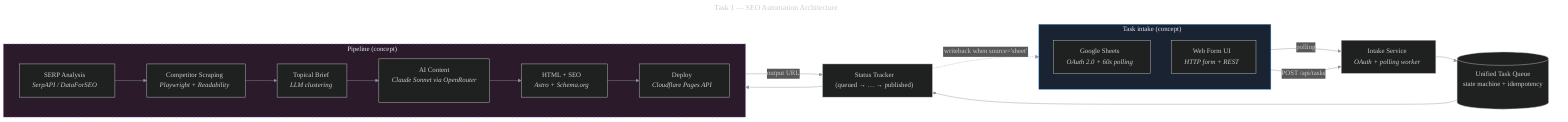
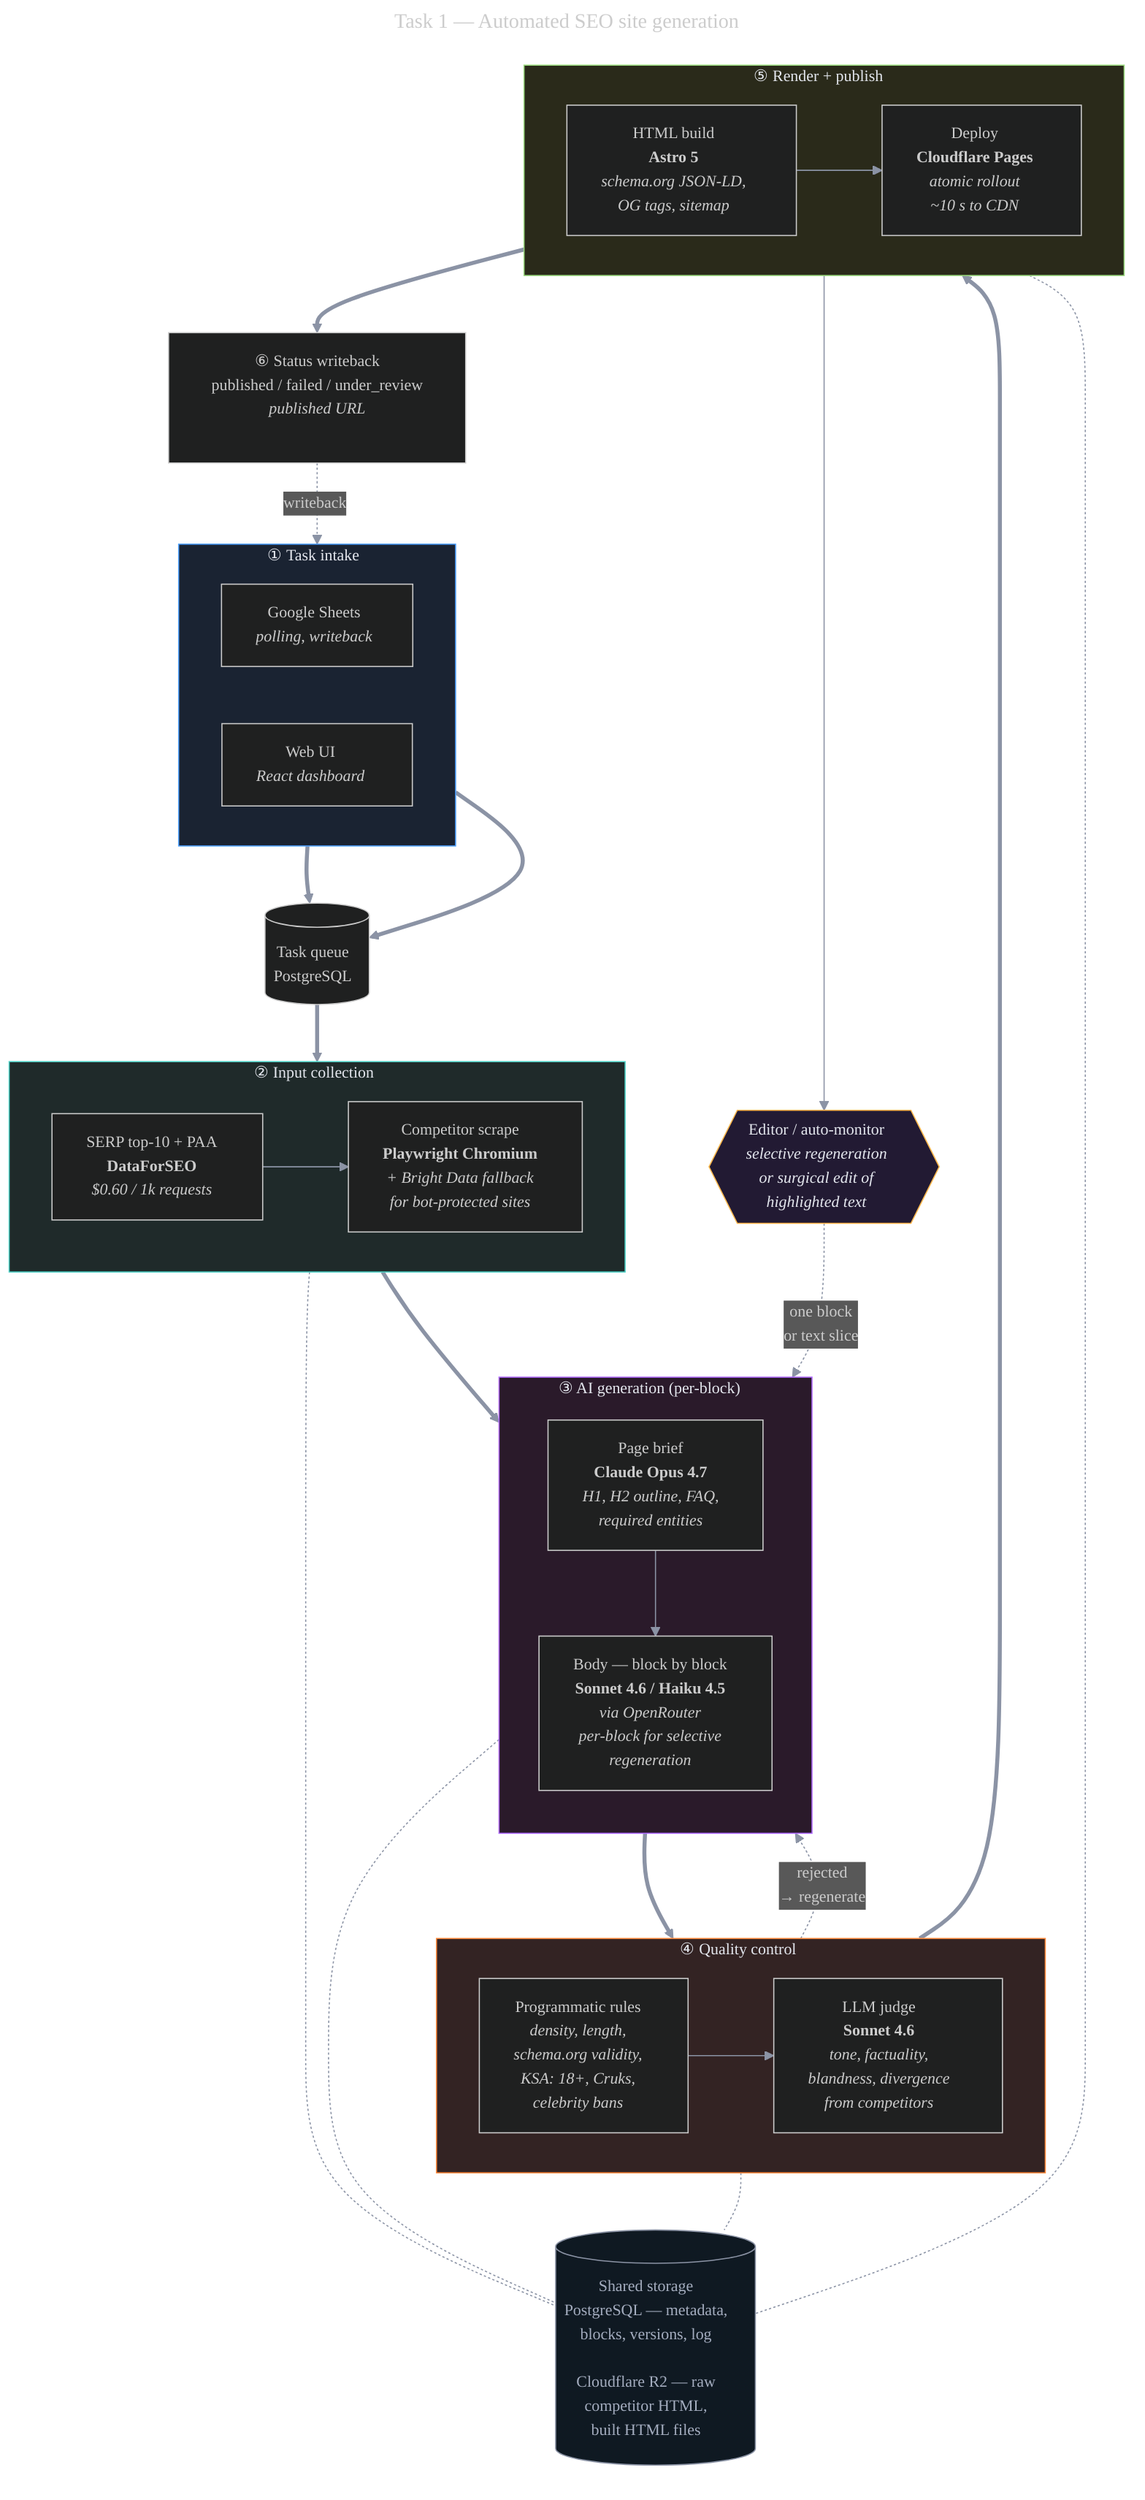
---
- title: Task 1 — SEO Automation Architecture
+ title: Task 1 — Automated SEO site generation
config:
  theme: dark
  themeVariables:
    primaryColor: '#1a2332'
    primaryTextColor: '#e4e7ee'
    primaryBorderColor: '#4ea1ff'
    lineColor: '#8b93a5'
    secondaryColor: '#2a1a2a'
    tertiaryColor: '#181b22'
    background: '#0f1115'
    fontFamily: 'Inter, -apple-system, sans-serif'
+     fontSize: '14px'
---
- flowchart LR
-     subgraph SOURCES["Task intake (concept)"]
-       direction TB
-       S1["Google Sheets<br/><i>OAuth 2.0 + 60s polling</i>"]
-       S2["Web Form UI<br/><i>HTTP form + REST</i>"]
+ flowchart TB
+     %% ───── Intake ─────
+     subgraph IN["① Task intake"]
+       direction LR
+       S1["Google Sheets<br/><i>polling, writeback</i>"]
+       S2["Web UI<br/><i>React dashboard</i>"]
    end

-     I["Intake Service<br/><i>OAuth + polling worker</i>"]
-     Q[("Unified Task Queue<br/>state machine + idempotency")]
-     SIM["Status Tracker<br/>(queued → … → published)"]
+     Q[("Task queue<br/>PostgreSQL")]

-     subgraph PIPE["Pipeline (concept)"]
+     %% ───── Data gathering ─────
+     subgraph GATHER["② Input collection"]
      direction LR
-       P1["SERP Analysis<br/><i>SerpAPI / DataForSEO</i>"]
-       P2["Competitor Scraping<br/><i>Playwright + Readability</i>"]
-       P3["Topical Brief<br/><i>LLM clustering</i>"]
-       P4["AI Content<br/><i>Claude Sonnet via OpenRouter</i>"]
-       P5["HTML + SEO<br/><i>Astro + Schema.org</i>"]
-       P6["Deploy<br/><i>Cloudflare Pages API</i>"]
-       P1 --> P2 --> P3 --> P4 --> P5 --> P6
+       SERP["SERP top-10 + PAA<br/><b>DataForSEO</b><br/><i>$0.60 / 1k requests</i>"]
+       SCR["Competitor scrape<br/><b>Playwright Chromium</b><br/><i>+ Bright Data fallback</i><br/><i>for bot-protected sites</i>"]
+       SERP --> SCR
    end

-     S1 -->|"polling"| I
-     S2 -->|"POST /api/tasks"| I
-     I --> Q
-     Q --> SIM
-     SIM -.->|"writeback when source='sheet'"| S1
-     SIM ---> PIPE
-     PIPE -->|"output URL"| SIM
+     %% ───── AI generation ─────
+     subgraph GEN["③ AI generation (per-block)"]
+       direction TB
+       BRIEF["Page brief<br/><b>Claude Opus 4.7</b><br/><i>H1, H2 outline, FAQ,</i><br/><i>required entities</i>"]
+       BLOCKS["Body — block by block<br/><b>Sonnet 4.6 / Haiku 4.5</b><br/><i>via OpenRouter</i><br/><i>per-block for selective</i><br/><i>regeneration</i>"]
+       BRIEF --> BLOCKS
+     end

-     style SOURCES fill:#1a2332,stroke:#4ea1ff,color:#e4e7ee
-     style PIPE fill:#2a1a2a,stroke:#b06bff,color:#e4e7ee,stroke-dasharray: 5 5
+     %% ───── Quality control ─────
+     subgraph QC["④ Quality control"]
+       direction LR
+       RULES["Programmatic rules<br/><i>density, length,</i><br/><i>schema.org validity,</i><br/><i>KSA: 18+, Cruks,</i><br/><i>celebrity bans</i>"]
+       JUDGE["LLM judge<br/><b>Sonnet 4.6</b><br/><i>tone, factuality,</i><br/><i>blandness, divergence</i><br/><i>from competitors</i>"]
+       RULES --> JUDGE
+     end
+ 
+     %% ───── Render + publish ─────
+     subgraph PUB["⑤ Render + publish"]
+       direction LR
+       ASTRO["HTML build<br/><b>Astro 5</b><br/><i>schema.org JSON-LD,</i><br/><i>OG tags, sitemap</i>"]
+       CF["Deploy<br/><b>Cloudflare Pages</b><br/><i>atomic rollout</i><br/><i>~10 s to CDN</i>"]
+       ASTRO --> CF
+     end
+ 
+     STATUS["⑥ Status writeback<br/>published / failed / under_review<br/><i>published URL</i>"]
+ 
+     %% ───── Storage (background) ─────
+     STORE[("Shared storage<br/>PostgreSQL — metadata,<br/>blocks, versions, log<br/><br/>Cloudflare R2 — raw<br/>competitor HTML,<br/>built HTML files")]
+ 
+     %% ───── Editorial loop ─────
+     EDITOR{{"Editor / auto-monitor<br/><i>selective regeneration</i><br/><i>or surgical edit of</i><br/><i>highlighted text</i>"}}
+ 
+     %% ───── Main flow ─────
+     S1 ==> Q
+     S2 ==> Q
+     Q ==> GATHER
+     GATHER ==> GEN
+     GEN ==> QC
+     QC -.->|"rejected<br/>→ regenerate"| GEN
+     QC ==> PUB
+     PUB ==> STATUS
+     STATUS -.->|"writeback"| IN
+ 
+     %% ───── Editorial feedback ─────
+     PUB --> EDITOR
+     EDITOR -.->|"one block<br/>or text slice"| GEN
+ 
+     %% ───── Storage refs ─────
+     GATHER -.- STORE
+     GEN -.- STORE
+     QC -.- STORE
+     PUB -.- STORE
+ 
+     %% ───── Styles ─────
+     style IN fill:#1a2332,stroke:#4ea1ff,color:#e4e7ee
+     style GATHER fill:#1f2a2a,stroke:#4dd2c7,color:#e4e7ee
+     style GEN fill:#2a1a2a,stroke:#b06bff,color:#e4e7ee
+     style QC fill:#332323,stroke:#ff8b3d,color:#e4e7ee
+     style PUB fill:#2a2a1a,stroke:#9ad97e,color:#e4e7ee
+     style STORE fill:#0f1922,stroke:#8b93a5,color:#a4adbf
+     style EDITOR fill:#221a33,stroke:#ffb84e,color:#e4e7ee
